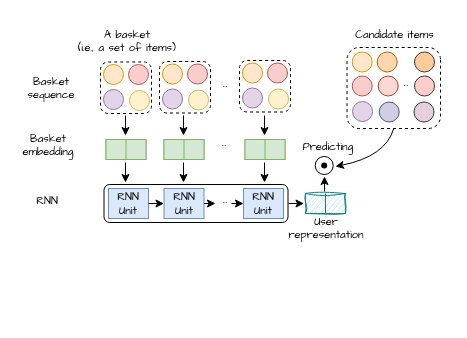
Earlier version of the draw.io diagram 未命名绘图.drawio (wenqisun/data). Source tidied: cells renumbered, new cells numbered last; positions are measured from the earlier drawing's top-left corner, leaving out a move shared by most shapes. Both pictures are drawn from the tidied source at 100%, with x=0, y=0 at pixel (17, 17).
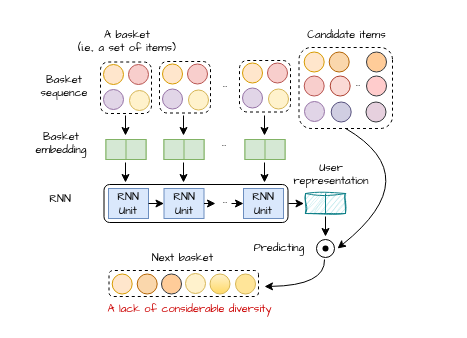
After the change.

Commit message (it also covers changes not shown here):
更新未命名绘图.drawio

The change refers to these unchanged cells:
```xml
<mxCell id="59" style="rounded=1;whiteSpace=wrap;html=1;dashed=1;direction=south;" parent="58" vertex="1">
  <mxGeometry y="1" width="93.5" height="81" as="geometry" />
</mxCell>
```

Diff of the diagram source:
```diff
@@
     <mxCell id="3" value="&lt;p style=&quot;line-height: 0%;&quot;&gt;&lt;font face=&quot;Comic Sans MS&quot; style=&quot;font-size: 11px;&quot;&gt;Basket&lt;/font&gt;&lt;/p&gt;&lt;p style=&quot;line-height: 0%;&quot;&gt;&lt;font face=&quot;Comic Sans MS&quot; style=&quot;font-size: 11px;&quot;&gt;sequence&lt;/font&gt;&lt;/p&gt;" style="text;strokeColor=none;align=center;fillColor=none;html=1;verticalAlign=middle;whiteSpace=wrap;rounded=0;dashed=1;" parent="1" vertex="1">
-      <mxGeometry x="4" y="55" width="60" height="30" as="geometry" />
+      <mxGeometry x="17" y="53" width="60" height="30" as="geometry" />
     </mxCell>
@@
     <mxCell id="8" value="&lt;p style=&quot;line-height: 0%;&quot;&gt;&lt;font face=&quot;Comic Sans MS&quot; style=&quot;font-size: 11px;&quot;&gt;Basket&lt;/font&gt;&lt;/p&gt;&lt;p style=&quot;line-height: 0%;&quot;&gt;&lt;font face=&quot;Comic Sans MS&quot;&gt;&lt;span style=&quot;font-size: 11px;&quot;&gt;embedding&lt;/span&gt;&lt;/font&gt;&lt;/p&gt;" style="text;strokeColor=none;align=center;fillColor=none;html=1;verticalAlign=middle;whiteSpace=wrap;rounded=0;dashed=1;" parent="1" vertex="1">
-      <mxGeometry x="1" y="112" width="60" height="30" as="geometry" />
+      <mxGeometry x="14" y="110" width="60" height="30" as="geometry" />
     </mxCell>
@@
     <mxCell id="20" value="&lt;p style=&quot;line-height: 0%;&quot;&gt;&lt;font face=&quot;Comic Sans MS&quot; style=&quot;font-size: 11px;&quot;&gt;RNN&lt;/font&gt;&lt;/p&gt;" style="text;strokeColor=none;align=center;fillColor=none;html=1;verticalAlign=middle;whiteSpace=wrap;rounded=0;dashed=1;" parent="1" vertex="1">
-      <mxGeometry y="168" width="60" height="30" as="geometry" />
+      <mxGeometry x="13" y="166" width="60" height="30" as="geometry" />
     </mxCell>
@@
     <mxCell id="32" value="&lt;p style=&quot;line-height: 0%;&quot;&gt;&lt;font face=&quot;Comic Sans MS&quot;&gt;&lt;span style=&quot;font-size: 11px;&quot;&gt;User&lt;/span&gt;&lt;/font&gt;&lt;/p&gt;&lt;p style=&quot;line-height: 0%;&quot;&gt;&lt;font face=&quot;Comic Sans MS&quot;&gt;&lt;span style=&quot;font-size: 11px;&quot;&gt;representation&lt;/span&gt;&lt;/font&gt;&lt;/p&gt;" style="text;strokeColor=none;align=center;fillColor=none;html=1;verticalAlign=middle;whiteSpace=wrap;rounded=0;dashed=1;" parent="1" vertex="1">
-      <mxGeometry x="268.5" y="199" width="80" height="22" as="geometry" />
+      <mxGeometry x="273.5" y="145" width="80" height="22" as="geometry" />
     </mxCell>
     <mxCell id="33" style="group;" parent="1" vertex="1">
-      <mxGeometry x="296.7" y="138" width="20" height="20" as="geometry" />
+      <mxGeometry x="298" y="221" width="20" height="20" as="geometry" />
     </mxCell>
@@
-    <mxCell id="38" style="curved=1;endArrow=classic;html=1;rounded=1;fontFamily=Comic Sans MS;fontSize=3;startSize=1;endSize=6;exitX=1;exitY=0.5;exitDx=0;exitDy=0;" parent="1" edge="1" source="59">
+    <mxCell id="38" style="curved=1;endArrow=classic;html=1;rounded=1;fontFamily=Comic Sans MS;fontSize=3;startSize=1;endSize=6;entryX=1.16;entryY=0.3;entryDx=0;entryDy=0;entryPerimeter=0;exitX=1;exitY=0.5;exitDx=0;exitDy=0;" parent="1" edge="1" source="59">
       <mxGeometry relative="1" as="geometry">
-        <mxPoint x="318" y="149" as="targetPoint" />
+        <mxPoint x="320" y="231" as="targetPoint" />
         <Array as="points">
-          <mxPoint x="368" y="139" />
+          <mxPoint x="410" y="159" />
         </Array>
       </mxGeometry>
     </mxCell>
-    <mxCell id="39" style="endArrow=classic;html=1;rounded=0;fontFamily=Comic Sans MS;fontSize=11;exitX=0.5;exitY=0;exitDx=0;exitDy=0;" parent="1" edge="1">
+    <mxCell id="39" style="endArrow=classic;html=1;rounded=0;fontFamily=Comic Sans MS;fontSize=11;" parent="1" edge="1">
       <mxGeometry relative="1" as="geometry">
-        <mxPoint x="307" y="174" as="sourcePoint" />
-        <mxPoint x="307" y="159" as="targetPoint" />
+        <mxPoint x="308" y="199" as="sourcePoint" />
+        <mxPoint x="308" y="219" as="targetPoint" />
       </mxGeometry>
     </mxCell>
@@
     <mxCell id="58" style="group;" parent="1" vertex="1">
-      <mxGeometry x="329.5" y="29" width="103" height="81" as="geometry" />
+      <mxGeometry x="281.5" y="29" width="103" height="81" as="geometry" />
     </mxCell>
@@
     <mxCell id="71" value="&lt;p style=&quot;line-height: 0%;&quot;&gt;&lt;font face=&quot;Comic Sans MS&quot;&gt;&lt;span style=&quot;font-size: 11px;&quot;&gt;Predicting&lt;/span&gt;&lt;/font&gt;&lt;/p&gt;" style="text;strokeColor=none;align=center;fillColor=none;html=1;verticalAlign=middle;whiteSpace=wrap;rounded=0;dashed=1;" parent="1" vertex="1">
-      <mxGeometry x="270.7" y="118" width="80" height="22" as="geometry" />
+      <mxGeometry x="221.5" y="219" width="80" height="22" as="geometry" />
     </mxCell>
+    <mxCell id="72" style="rounded=1;whiteSpace=wrap;html=1;dashed=1;direction=south;" parent="1" vertex="1">
+      <mxGeometry x="91.5" y="253" width="149.5" height="26" as="geometry" />
+    </mxCell>
+    <mxCell id="73" style="curved=1;endArrow=classic;html=1;rounded=1;fontFamily=Comic Sans MS;fontSize=3;startSize=1;endSize=6;" parent="1" edge="1">
+      <mxGeometry relative="1" as="geometry">
+        <mxPoint x="307" y="242" as="sourcePoint" />
+        <mxPoint x="247" y="269" as="targetPoint" />
+        <Array as="points">
+          <mxPoint x="308" y="268" />
+        </Array>
+      </mxGeometry>
+    </mxCell>
+    <mxCell id="74" value="&lt;p style=&quot;line-height: 0%;&quot;&gt;&lt;span style=&quot;font-size: 11px; font-family: &amp;quot;Comic Sans MS&amp;quot;; background-color: initial;&quot;&gt;Next basket&lt;/span&gt;&lt;/p&gt;" style="text;strokeColor=none;align=center;fillColor=none;html=1;verticalAlign=middle;whiteSpace=wrap;rounded=0;dashed=1;" parent="1" vertex="1">
+      <mxGeometry x="114" y="228" width="103" height="23.5" as="geometry" />
+    </mxCell>
+    <mxCell id="75" style="ellipse;whiteSpace=wrap;html=1;fillColor=#ffe6cc;strokeColor=#d79b00;" parent="1" vertex="1">
+      <mxGeometry x="94.7" y="256.5" width="20" height="20" as="geometry" />
+    </mxCell>
+    <mxCell id="76" style="ellipse;whiteSpace=wrap;html=1;fillColor=#fad7ac;strokeColor=#b46504;" parent="1" vertex="1">
+      <mxGeometry x="119.7" y="256.5" width="20" height="20" as="geometry" />
+    </mxCell>
+    <mxCell id="77" style="ellipse;whiteSpace=wrap;html=1;fillColor=#ffcc99;strokeColor=#36393d;" parent="1" vertex="1">
+      <mxGeometry x="144" y="256.5" width="20" height="20" as="geometry" />
+    </mxCell>
+    <mxCell id="78" style="ellipse;whiteSpace=wrap;html=1;fillColor=#fff2cc;strokeColor=#d6b656;" parent="1" vertex="1">
+      <mxGeometry x="168" y="256" width="20" height="20" as="geometry" />
+    </mxCell>
+    <mxCell id="79" style="ellipse;whiteSpace=wrap;html=1;fillColor=#fff2cc;strokeColor=#d6b656;gradientColor=#ffd966;" parent="1" vertex="1">
+      <mxGeometry x="192.5" y="256.5" width="20" height="20" as="geometry" />
+    </mxCell>
+    <mxCell id="80" style="ellipse;whiteSpace=wrap;html=1;fillColor=#FFE599;strokeColor=#d6b656;" parent="1" vertex="1">
+      <mxGeometry x="218" y="256.5" width="20" height="20" as="geometry" />
+    </mxCell>
+    <mxCell id="81" value="&lt;p style=&quot;line-height: 0%;&quot;&gt;&lt;span style=&quot;font-size: 11px; font-family: &amp;quot;Comic Sans MS&amp;quot;; background-color: initial;&quot;&gt;&lt;font color=&quot;#cc0000&quot;&gt;A lack of considerable diversity&lt;/font&gt;&lt;/span&gt;&lt;/p&gt;" style="text;strokeColor=none;align=center;fillColor=none;html=1;verticalAlign=middle;whiteSpace=wrap;rounded=0;dashed=1;" parent="1" vertex="1">
+      <mxGeometry x="63" y="279" width="218.5" height="23.5" as="geometry" />
+    </mxCell>
```
